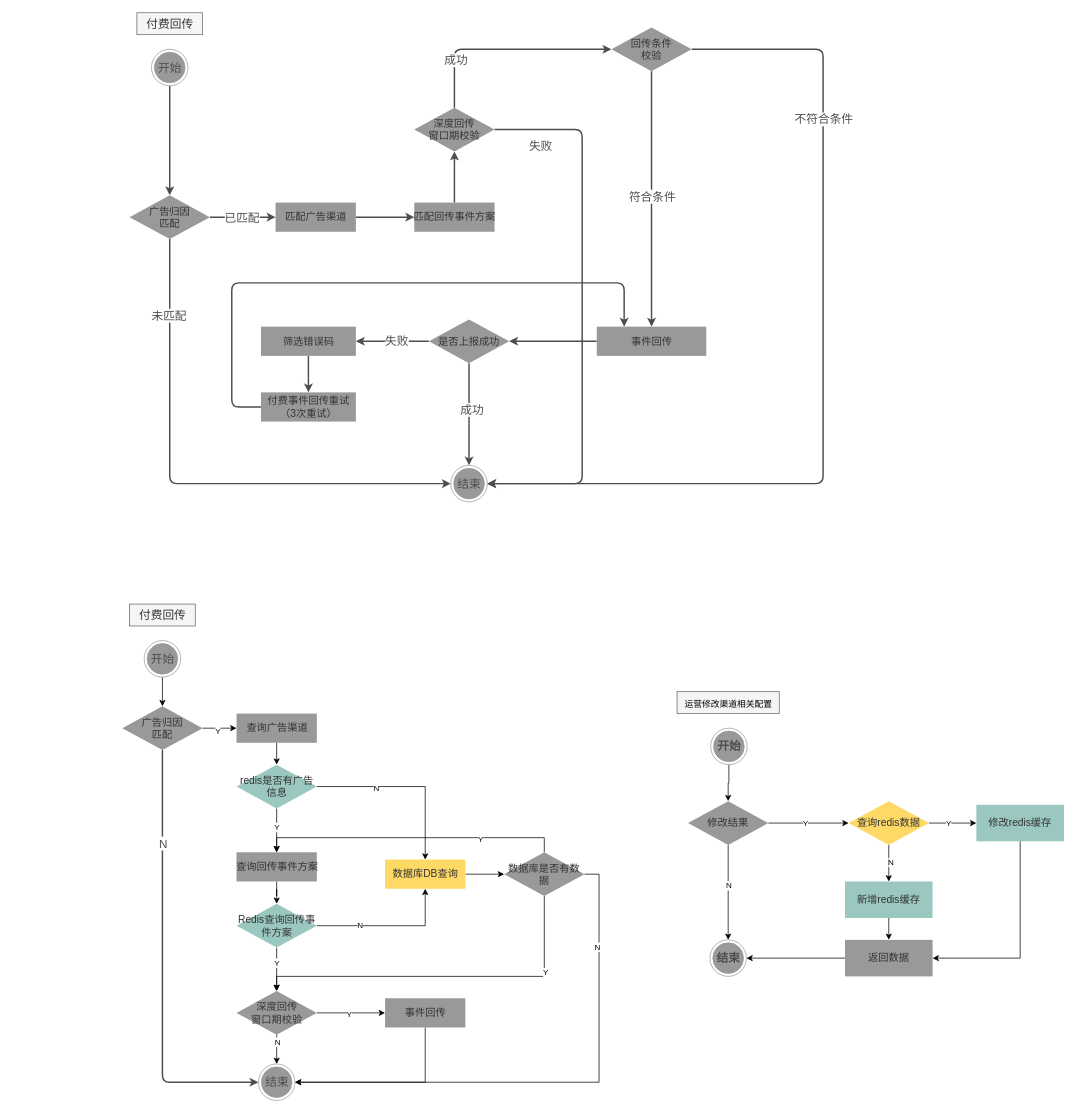
Before: page "付费回传流程" (4 of 16) of src/draw/广告投放系统.drawio in y13513867074/draw, a draw.io diagram. Source tidied: cells renumbered, new cells numbered last; positions are measured from the earlier drawing's top-left corner, leaving out a move shared by most shapes. Both pictures are drawn from the tidied source at 73%, with x=0, y=0 at pixel (122, 12).
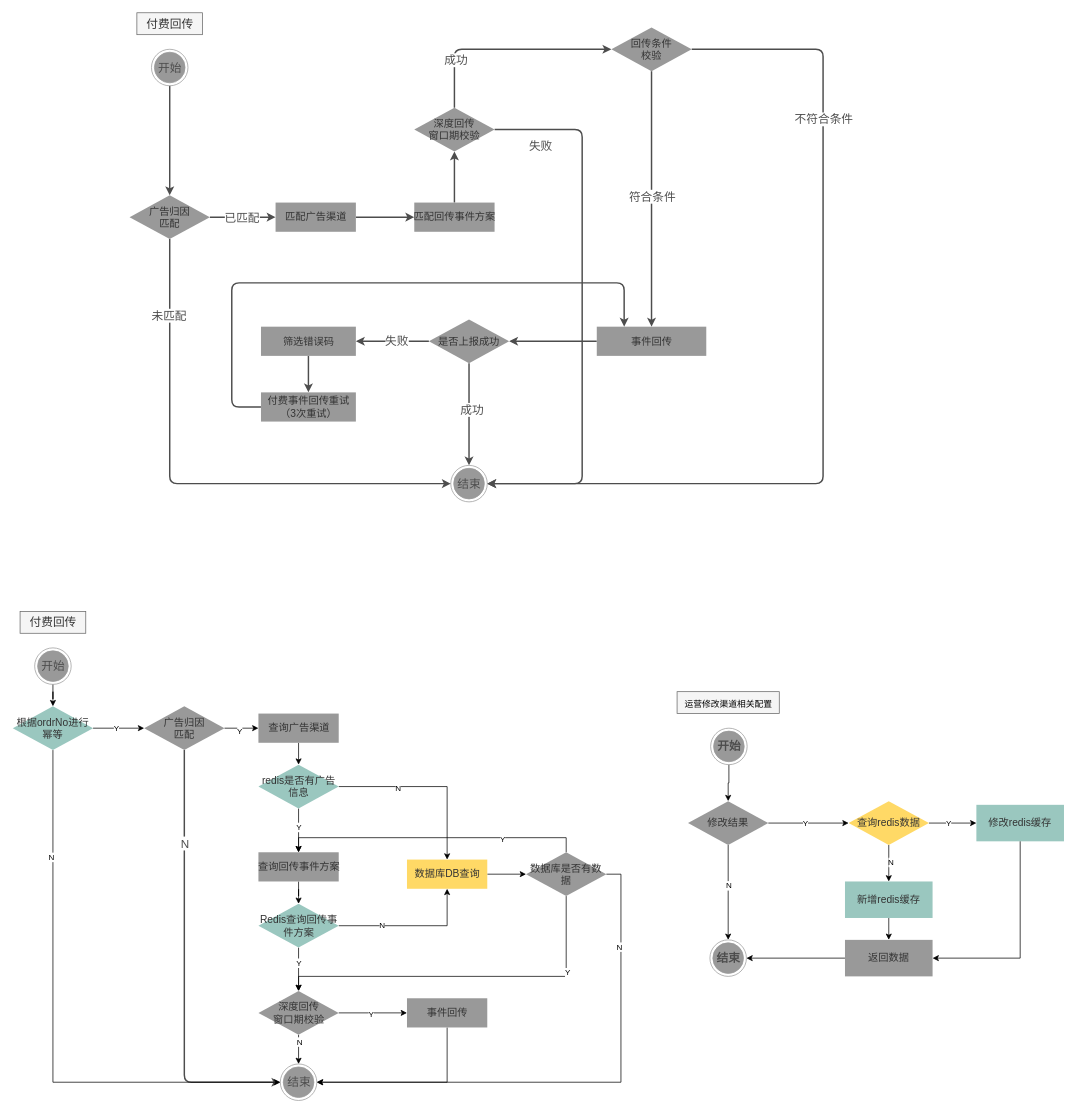
The same page after the edit.

Commit message:
更新广告投放系统.drawio

Diff of the diagram source:
```diff
@@
-    <mxCell id="36" style="edgeStyle=orthogonalEdgeStyle;rounded=0;jettySize=auto;html=1;exitX=0.5;exitY=1;exitDx=0;exitDy=0;entryX=0.5;entryY=0;entryDx=0;entryDy=0;" parent="1" edge="1" source="37" target="48">
-      <mxGeometry relative="1" as="geometry" />
-    </mxCell>
+    <mxCell id="95" style="edgeStyle=orthogonalEdgeStyle;rounded=0;jettySize=auto;html=1;exitX=0.5;exitY=1;exitDx=0;exitDy=0;" parent="1" edge="1" source="37" target="100">
+      <mxGeometry relative="1" as="geometry" />
+    </mxCell>
     <mxCell id="37" value="开始" style="ellipse;html=1;shape=endState;fillColor=strokeColor;rounded=1;shadow=0;sketch=0;strokeColor=#999999;strokeWidth=1;fontFamily=Helvetica;fontSize=16;fontColor=#4D4D4D;" parent="1" vertex="1">
-      <mxGeometry x="30" y="860" width="50" height="50" as="geometry" />
+      <mxGeometry x="-120" y="870" width="50" height="50" as="geometry" />
     </mxCell>
     <mxCell id="38" value="结束" style="ellipse;html=1;shape=endState;fillColor=strokeColor;rounded=1;shadow=0;sketch=0;strokeColor=#999999;strokeWidth=1;fontFamily=Helvetica;fontSize=16;fontColor=#4D4D4D;" parent="1" vertex="1">
-      <mxGeometry x="186.5" y="1440" width="50" height="50" as="geometry" />
+      <mxGeometry x="216.5" y="1440" width="50" height="50" as="geometry" />
     </mxCell>
@@
     <mxCell id="43" value="深度回传&lt;br&gt;窗口期校验" style="rhombus;whiteSpace=wrap;html=1;fontSize=14;fillColor=#999999;strokeColor=none;fontColor=#333333;rounded=0;shadow=0;glass=0;labelBorderColor=none;startSize=23;arcSize=8;strokeWidth=1;sketch=0;fontFamily=Helvetica;" parent="1" vertex="1">
-      <mxGeometry x="156.5" y="1340" width="110" height="60" as="geometry" />
+      <mxGeometry x="186.5" y="1340" width="110" height="60" as="geometry" />
     </mxCell>
@@
     <mxCell id="48" value="广告归因&lt;br&gt;匹配" style="rhombus;whiteSpace=wrap;html=1;fontSize=14;fillColor=#999999;strokeColor=none;fontColor=#333333;rounded=0;shadow=0;glass=0;labelBorderColor=none;startSize=23;arcSize=8;strokeWidth=1;sketch=0;fontFamily=Helvetica;" parent="1" vertex="1">
-      <mxGeometry y="950" width="110" height="60" as="geometry" />
+      <mxGeometry x="30" y="950" width="110" height="60" as="geometry" />
     </mxCell>
     <mxCell id="49" value="付费回传" style="text;html=1;align=center;verticalAlign=middle;strokeColor=#666666;fillColor=#f5f5f5;fontSize=16;fontFamily=Helvetica;fontColor=#333333;" parent="1" vertex="1">
-      <mxGeometry x="10" y="810" width="90" height="30" as="geometry" />
+      <mxGeometry x="-140" y="820" width="90" height="30" as="geometry" />
     </mxCell>
@@
     <mxCell id="54" value="redis是否有广告信息" style="rhombus;whiteSpace=wrap;html=1;fontSize=14;fillColor=#9AC7BF;strokeColor=none;fontColor=#333333;rounded=0;shadow=0;glass=0;labelBorderColor=none;startSize=23;arcSize=8;strokeWidth=1;sketch=0;fontFamily=Helvetica;" parent="1" vertex="1">
-      <mxGeometry x="156.5" y="1030" width="110" height="60" as="geometry" />
+      <mxGeometry x="186.5" y="1030" width="110" height="60" as="geometry" />
     </mxCell>
@@
     <mxCell id="59" value="Redis查询回传事件方案" style="rhombus;whiteSpace=wrap;html=1;fontSize=14;fillColor=#9AC7BF;strokeColor=none;fontColor=#333333;rounded=0;shadow=0;glass=0;labelBorderColor=none;startSize=23;arcSize=8;strokeWidth=1;sketch=0;fontFamily=Helvetica;" parent="1" vertex="1">
-      <mxGeometry x="156.5" y="1220.6" width="110" height="60" as="geometry" />
+      <mxGeometry x="186.5" y="1220.6" width="110" height="60" as="geometry" />
     </mxCell>
@@
     <mxCell id="61" value="数据库DB查询" style="html=1;rounded=0;shadow=0;glass=0;labelBorderColor=none;strokeColor=none;fontFamily=Helvetica;fontSize=14;fontColor=#333333;startSize=23;fillColor=#FFD966;arcSize=8;strokeWidth=1;flipV=1;flipH=1;sketch=0;" parent="1" vertex="1">
-      <mxGeometry x="360" y="1160" width="110" height="40" as="geometry" />
+      <mxGeometry x="390" y="1160" width="110" height="40" as="geometry" />
     </mxCell>
@@
     <mxCell id="63" value="查询广告渠道" style="html=1;rounded=0;shadow=0;glass=0;labelBorderColor=none;strokeColor=none;fontFamily=Helvetica;fontSize=14;fontColor=#333333;startSize=23;fillColor=#999999;arcSize=8;strokeWidth=1;flipV=1;flipH=1;sketch=0;" parent="1" vertex="1">
-      <mxGeometry x="156.5" y="960" width="110" height="40" as="geometry" />
+      <mxGeometry x="186.5" y="960" width="110" height="40" as="geometry" />
     </mxCell>
@@
     <mxCell id="65" value="查询回传事件方案" style="html=1;rounded=0;shadow=0;glass=0;labelBorderColor=none;strokeColor=none;fontFamily=Helvetica;fontSize=14;fontColor=#333333;startSize=23;fillColor=#999999;arcSize=8;strokeWidth=1;flipV=1;flipH=1;sketch=0;" parent="1" vertex="1">
-      <mxGeometry x="156.5" y="1150" width="110" height="40" as="geometry" />
+      <mxGeometry x="186.5" y="1150" width="110" height="40" as="geometry" />
     </mxCell>
@@
     <mxCell id="68" style="edgeStyle=orthogonalEdgeStyle;rounded=0;jettySize=auto;html=1;exitX=0.5;exitY=1;exitDx=0;exitDy=0;entryX=0.5;entryY=0;entryDx=0;entryDy=0;" parent="1" edge="1" source="72" target="43">
       <mxGeometry relative="1" as="geometry">
         <Array as="points">
-          <mxPoint x="578" y="1320" />
-          <mxPoint x="211" y="1320" />
+          <mxPoint x="608" y="1320" />
+          <mxPoint x="241" y="1320" />
         </Array>
       </mxGeometry>
     </mxCell>
@@
     <mxCell id="72" value="数据库是否有数据" style="rhombus;whiteSpace=wrap;html=1;fontSize=14;fillColor=#999999;strokeColor=none;fontColor=#333333;rounded=0;shadow=0;glass=0;labelBorderColor=none;startSize=23;arcSize=8;strokeWidth=1;sketch=0;fontFamily=Helvetica;" parent="1" vertex="1">
-      <mxGeometry x="523.1" y="1150" width="110" height="60" as="geometry" />
+      <mxGeometry x="553.1" y="1150" width="110" height="60" as="geometry" />
     </mxCell>
@@
     <mxCell id="74" value="事件回传" style="html=1;rounded=0;shadow=0;glass=0;labelBorderColor=none;strokeColor=none;fontFamily=Helvetica;fontSize=14;fontColor=#333333;startSize=23;fillColor=#999999;arcSize=8;strokeWidth=1;flipV=1;flipH=1;sketch=0;" parent="1" vertex="1">
-      <mxGeometry x="360" y="1350" width="110" height="40" as="geometry" />
+      <mxGeometry x="390" y="1350" width="110" height="40" as="geometry" />
     </mxCell>
@@
+    <mxCell id="96" style="edgeStyle=orthogonalEdgeStyle;rounded=0;jettySize=auto;html=1;exitX=1;exitY=0.5;exitDx=0;exitDy=0;entryX=0;entryY=0.5;entryDx=0;entryDy=0;" parent="1" edge="1" source="100" target="48">
+      <mxGeometry relative="1" as="geometry">
+        <Array as="points">
+          <mxPoint x="-10" y="980" />
+          <mxPoint x="-10" y="980" />
+        </Array>
+      </mxGeometry>
+    </mxCell>
+    <mxCell id="97" value="Y" style="edgeLabel;html=1;align=center;verticalAlign=middle;" parent="96" vertex="1">
+      <mxGeometry x="-0.12" relative="1" as="geometry" />
+    </mxCell>
+    <mxCell id="98" style="edgeStyle=orthogonalEdgeStyle;rounded=0;jettySize=auto;html=1;exitX=0.5;exitY=1;exitDx=0;exitDy=0;entryX=0;entryY=0.5;entryDx=0;entryDy=0;" parent="1" edge="1" source="100" target="38">
+      <mxGeometry relative="1" as="geometry" />
+    </mxCell>
+    <mxCell id="99" value="N" style="edgeLabel;html=1;align=center;verticalAlign=middle;" parent="98" vertex="1">
+      <mxGeometry x="-0.62" y="-3" relative="1" as="geometry" />
+    </mxCell>
+    <mxCell id="100" value="根据ordrNo进行幂等" style="rhombus;whiteSpace=wrap;html=1;fontSize=14;fillColor=#9AC7BF;strokeColor=none;fontColor=#333333;rounded=0;shadow=0;glass=0;labelBorderColor=none;startSize=23;arcSize=8;strokeWidth=1;sketch=0;fontFamily=Helvetica;" parent="1" vertex="1">
+      <mxGeometry x="-150" y="950" width="110" height="60" as="geometry" />
+    </mxCell>
```
